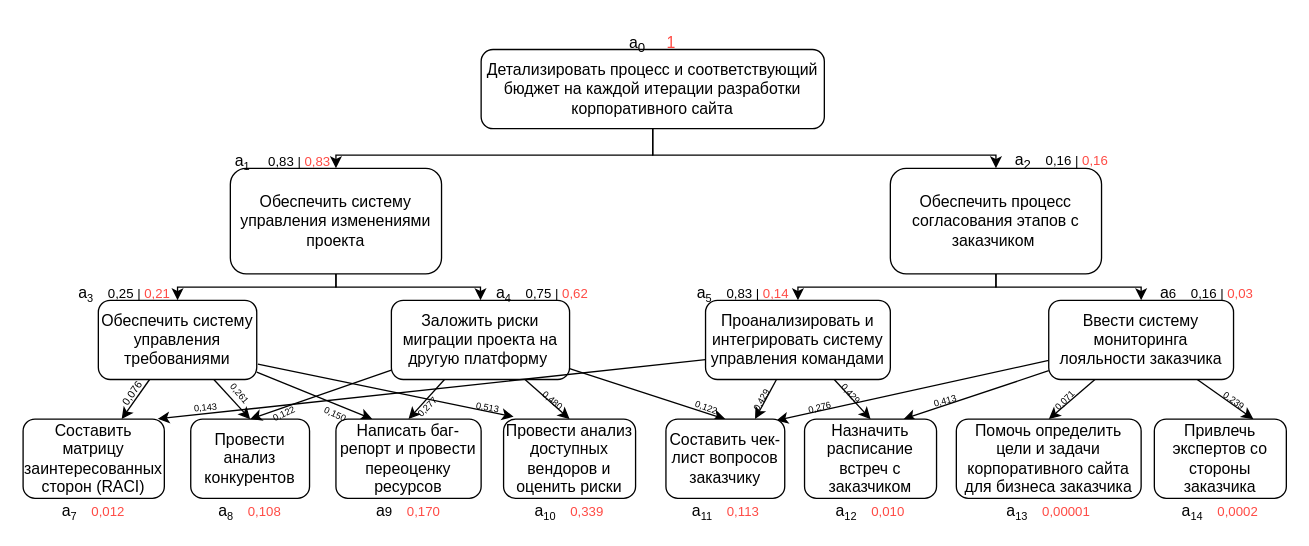
The draw.io diagram page "Дерево целей" (9 of 9) of 3_курс/5_семестр/ТСиСА/Курсовая/диаграммы.drawio in Luzinsan/tusur, before the edit. Source tidied: cells renumbered, new cells numbered last; positions are measured from the earlier drawing's top-left corner, leaving out a move shared by most shapes. Both pictures are drawn from the tidied source at 132%, with x=0, y=0 at pixel (22, 22).
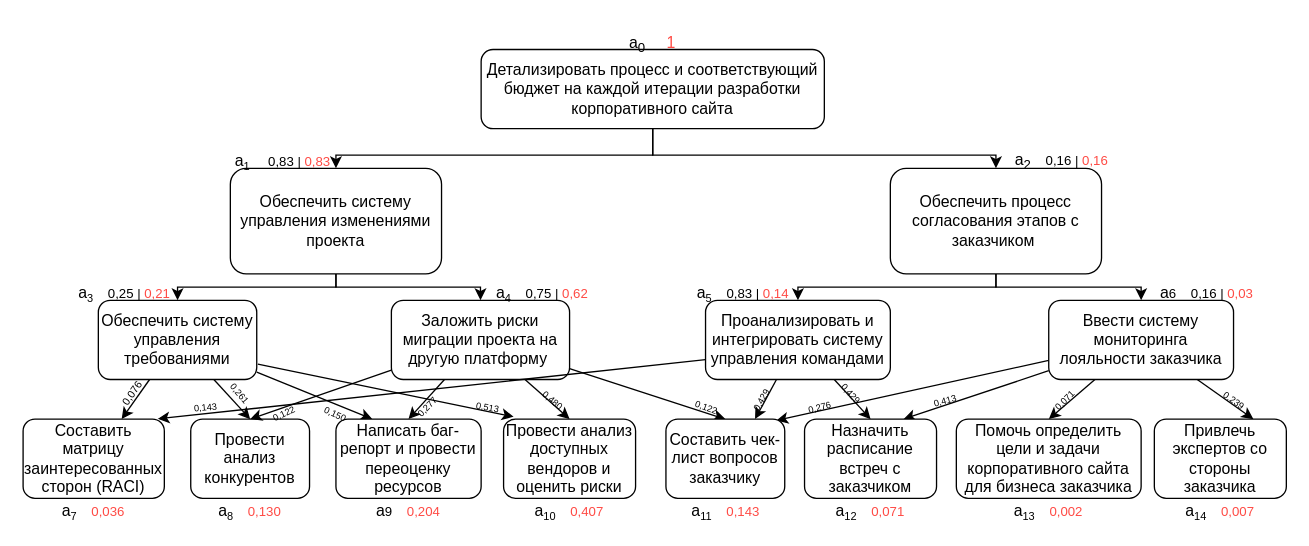
After the change.

What changed in the source:
```diff
@@
-    <mxCell id="43" value="a&lt;span style=&quot;font-size: 10px;&quot;&gt;&lt;sub&gt;7&lt;/sub&gt;&lt;/span&gt;&lt;span style=&quot;font-size: 10px;&quot;&gt;&amp;nbsp; &amp;nbsp; &lt;/span&gt;&lt;font style=&quot;font-size: 10px;&quot; color=&quot;#ff4b45&quot;&gt;0,012&lt;/font&gt;" style="text;html=1;strokeColor=none;fillColor=none;align=center;verticalAlign=middle;whiteSpace=wrap;rounded=0;" parent="1" vertex="1">
+    <mxCell id="43" value="a&lt;span style=&quot;font-size: 10px;&quot;&gt;&lt;sub&gt;7&lt;/sub&gt;&lt;/span&gt;&lt;span style=&quot;font-size: 10px;&quot;&gt;&amp;nbsp; &amp;nbsp; &lt;/span&gt;&lt;font style=&quot;font-size: 10px;&quot; color=&quot;#ff4b45&quot;&gt;0,036&lt;/font&gt;" style="text;html=1;strokeColor=none;fillColor=none;align=center;verticalAlign=middle;whiteSpace=wrap;rounded=0;" parent="1" vertex="1">
       <mxGeometry x="15" y="360" width="77" height="20" as="geometry" />
     </mxCell>
-    <mxCell id="44" value="a&lt;span style=&quot;font-size: 10px;&quot;&gt;&lt;sub&gt;8&lt;/sub&gt;&lt;/span&gt;&lt;span style=&quot;font-size: 10px;&quot;&gt;&amp;nbsp;&amp;nbsp; &amp;nbsp;&lt;/span&gt;&lt;font style=&quot;font-size: 10px;&quot; color=&quot;#ff4b45&quot;&gt;0,108&lt;/font&gt;" style="text;html=1;strokeColor=none;fillColor=none;align=center;verticalAlign=middle;whiteSpace=wrap;rounded=0;" parent="1" vertex="1">
+    <mxCell id="44" value="a&lt;span style=&quot;font-size: 10px;&quot;&gt;&lt;sub&gt;8&lt;/sub&gt;&lt;/span&gt;&lt;span style=&quot;font-size: 10px;&quot;&gt;&amp;nbsp;&amp;nbsp; &amp;nbsp;&lt;/span&gt;&lt;font style=&quot;font-size: 10px;&quot; color=&quot;#ff4b45&quot;&gt;0,130&lt;br&gt;&lt;/font&gt;" style="text;html=1;strokeColor=none;fillColor=none;align=center;verticalAlign=middle;whiteSpace=wrap;rounded=0;" parent="1" vertex="1">
       <mxGeometry x="132" y="360" width="80" height="20" as="geometry" />
     </mxCell>
-    <mxCell id="45" value="a&lt;span style=&quot;font-size: 10px;&quot;&gt;9&lt;/span&gt;&lt;span style=&quot;font-size: 10px;&quot;&gt;&amp;nbsp;&amp;nbsp; &amp;nbsp;&lt;/span&gt;&lt;font style=&quot;font-size: 10px;&quot; color=&quot;#ff4b45&quot;&gt;0,170&lt;/font&gt;" style="text;html=1;strokeColor=none;fillColor=none;align=center;verticalAlign=middle;whiteSpace=wrap;rounded=0;" parent="1" vertex="1">
+    <mxCell id="45" value="a&lt;span style=&quot;font-size: 10px;&quot;&gt;9&lt;/span&gt;&lt;span style=&quot;font-size: 10px;&quot;&gt;&amp;nbsp;&amp;nbsp; &amp;nbsp;&lt;/span&gt;&lt;font style=&quot;font-size: 10px;&quot; color=&quot;#ff4b45&quot;&gt;0,204&lt;/font&gt;" style="text;html=1;strokeColor=none;fillColor=none;align=center;verticalAlign=middle;whiteSpace=wrap;rounded=0;" parent="1" vertex="1">
       <mxGeometry x="252" y="360" width="80" height="20" as="geometry" />
     </mxCell>
-    <mxCell id="46" value="a&lt;span style=&quot;font-size: 10px;&quot;&gt;&lt;sub&gt;10&lt;/sub&gt;&lt;/span&gt;&lt;span style=&quot;font-size: 10px;&quot;&gt;&amp;nbsp;&amp;nbsp; &amp;nbsp;&lt;/span&gt;&lt;font style=&quot;font-size: 10px;&quot; color=&quot;#ff4b45&quot;&gt;0,339&lt;/font&gt;" style="text;html=1;strokeColor=none;fillColor=none;align=center;verticalAlign=middle;whiteSpace=wrap;rounded=0;" parent="1" vertex="1">
+    <mxCell id="46" value="a&lt;span style=&quot;font-size: 10px;&quot;&gt;&lt;sub&gt;10&lt;/sub&gt;&lt;/span&gt;&lt;span style=&quot;font-size: 10px;&quot;&gt;&amp;nbsp;&amp;nbsp; &amp;nbsp;&lt;/span&gt;&lt;font style=&quot;font-size: 10px;&quot; color=&quot;#ff4b45&quot;&gt;0,407&lt;/font&gt;" style="text;html=1;strokeColor=none;fillColor=none;align=center;verticalAlign=middle;whiteSpace=wrap;rounded=0;" parent="1" vertex="1">
       <mxGeometry x="373" y="360" width="82" height="20" as="geometry" />
     </mxCell>
-    <mxCell id="47" value="a&lt;span style=&quot;font-size: 10px;&quot;&gt;&lt;sub&gt;11&lt;/sub&gt;&lt;/span&gt;&lt;span style=&quot;font-size: 10px;&quot;&gt;&amp;nbsp;&amp;nbsp; &amp;nbsp;&lt;/span&gt;&lt;font style=&quot;font-size: 10px;&quot; color=&quot;#ff4b45&quot;&gt;0,113&lt;/font&gt;" style="text;html=1;strokeColor=none;fillColor=none;align=center;verticalAlign=middle;whiteSpace=wrap;rounded=0;" parent="1" vertex="1">
+    <mxCell id="47" value="a&lt;span style=&quot;font-size: 10px;&quot;&gt;&lt;sub&gt;11&lt;/sub&gt;&lt;/span&gt;&lt;span style=&quot;font-size: 10px;&quot;&gt;&amp;nbsp;&amp;nbsp; &amp;nbsp;&lt;/span&gt;&lt;font style=&quot;font-size: 10px;&quot; color=&quot;#ff4b45&quot;&gt;0,143&lt;/font&gt;" style="text;html=1;strokeColor=none;fillColor=none;align=center;verticalAlign=middle;whiteSpace=wrap;rounded=0;" parent="1" vertex="1">
       <mxGeometry x="490.5" y="360" width="83" height="20" as="geometry" />
     </mxCell>
-    <mxCell id="48" value="a&lt;span style=&quot;font-size: 10px;&quot;&gt;&lt;sub&gt;12&lt;/sub&gt;&lt;/span&gt;&lt;span style=&quot;font-size: 10px;&quot;&gt;&amp;nbsp;&amp;nbsp; &amp;nbsp;&lt;/span&gt;&lt;font style=&quot;font-size: 10px;&quot; color=&quot;#ff4b45&quot;&gt;0,010&lt;/font&gt;" style="text;html=1;strokeColor=none;fillColor=none;align=center;verticalAlign=middle;whiteSpace=wrap;rounded=0;" parent="1" vertex="1">
+    <mxCell id="48" value="a&lt;span style=&quot;font-size: 10px;&quot;&gt;&lt;sub&gt;12&lt;/sub&gt;&lt;/span&gt;&lt;span style=&quot;font-size: 10px;&quot;&gt;&amp;nbsp;&amp;nbsp; &amp;nbsp;&lt;/span&gt;&lt;font style=&quot;font-size: 10px;&quot; color=&quot;#ff4b45&quot;&gt;0,071&lt;/font&gt;" style="text;html=1;strokeColor=none;fillColor=none;align=center;verticalAlign=middle;whiteSpace=wrap;rounded=0;" parent="1" vertex="1">
       <mxGeometry x="612" y="360" width="60" height="20" as="geometry" />
     </mxCell>
@@
-    <mxCell id="51" value="a&lt;span style=&quot;font-size: 10px;&quot;&gt;&lt;sub&gt;13&lt;/sub&gt;&lt;/span&gt;&lt;span style=&quot;font-size: 10px;&quot;&gt;&amp;nbsp;&amp;nbsp; &amp;nbsp;&lt;/span&gt;&lt;font style=&quot;font-size: 10px;&quot; color=&quot;#ff4b45&quot;&gt;0,00001&lt;/font&gt;" style="text;html=1;strokeColor=none;fillColor=none;align=center;verticalAlign=middle;whiteSpace=wrap;rounded=0;" parent="1" vertex="1">
+    <mxCell id="51" value="a&lt;span style=&quot;font-size: 10px;&quot;&gt;&lt;sub&gt;13&lt;/sub&gt;&lt;/span&gt;&lt;span style=&quot;font-size: 10px;&quot;&gt;&amp;nbsp;&amp;nbsp; &amp;nbsp;&lt;/span&gt;&lt;font style=&quot;font-size: 10px;&quot; color=&quot;#ff4b45&quot;&gt;0,002&lt;/font&gt;" style="text;html=1;strokeColor=none;fillColor=none;align=center;verticalAlign=middle;whiteSpace=wrap;rounded=0;" parent="1" vertex="1">
       <mxGeometry x="742" y="360" width="70" height="20" as="geometry" />
     </mxCell>
-    <mxCell id="52" value="a&lt;span style=&quot;font-size: 10px;&quot;&gt;&lt;sub&gt;14&lt;/sub&gt;&lt;/span&gt;&lt;span style=&quot;font-size: 10px;&quot;&gt;&amp;nbsp;&amp;nbsp; &amp;nbsp;&lt;/span&gt;&lt;font style=&quot;font-size: 10px;&quot; color=&quot;#ff4b45&quot;&gt;0,0002&lt;/font&gt;" style="text;html=1;strokeColor=none;fillColor=none;align=center;verticalAlign=middle;whiteSpace=wrap;rounded=0;" parent="1" vertex="1">
+    <mxCell id="52" value="a&lt;span style=&quot;font-size: 10px;&quot;&gt;&lt;sub&gt;14&lt;/sub&gt;&lt;/span&gt;&lt;span style=&quot;font-size: 10px;&quot;&gt;&amp;nbsp;&amp;nbsp; &amp;nbsp;&lt;/span&gt;&lt;font style=&quot;font-size: 10px;&quot; color=&quot;#ff4b45&quot;&gt;0,007&lt;/font&gt;" style="text;html=1;strokeColor=none;fillColor=none;align=center;verticalAlign=middle;whiteSpace=wrap;rounded=0;" parent="1" vertex="1">
       <mxGeometry x="877" y="360" width="60" height="20" as="geometry" />
     </mxCell>
```
